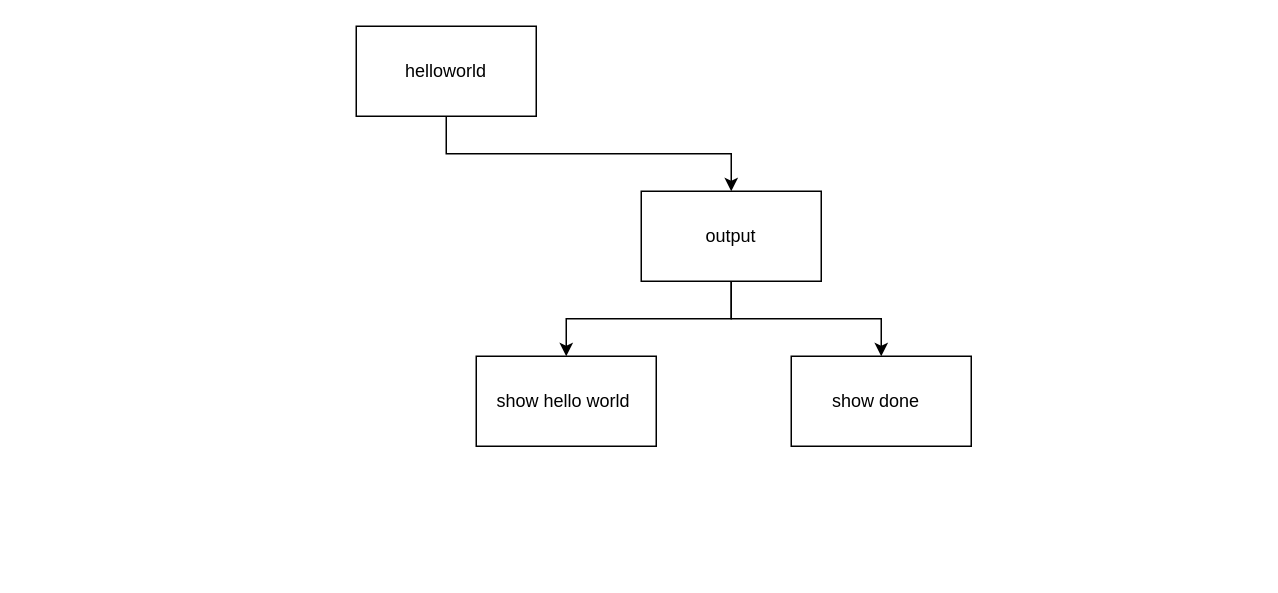
Before: topdown.drawio in devin-jhu/isc4u-assignment1-typescript, a draw.io diagram. Source tidied: cells renumbered, new cells numbered last; positions are measured from the earlier drawing's top-left corner, leaving out a move shared by most shapes. Both pictures are drawn from the tidied source at 150%, with x=0, y=0 at pixel (356, 26).
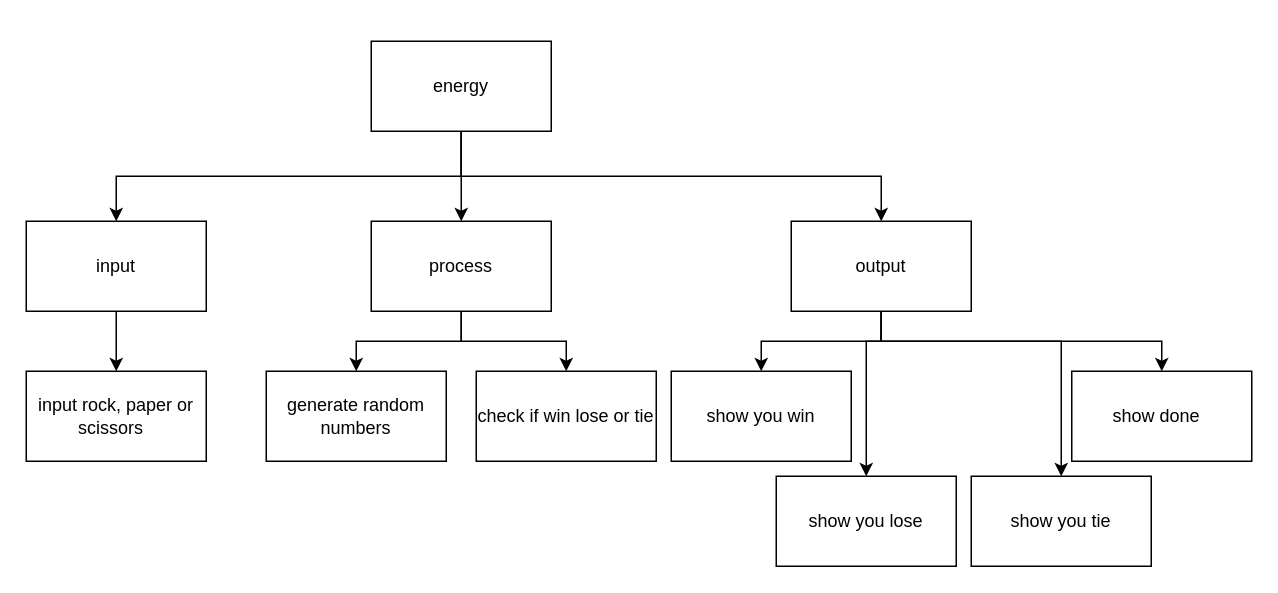
After the change.

Diff of the diagram source:
```diff
@@
-    <mxCell id="2" style="edgeStyle=orthogonalEdgeStyle;html=1;exitX=0.5;exitY=1;exitDx=0;exitDy=0;entryX=0.5;entryY=0;entryDx=0;entryDy=0;rounded=0;" parent="1" edge="1" source="3" target="6">
-      <mxGeometry relative="1" as="geometry" />
-    </mxCell>
-    <mxCell id="3" value="helloworld" style="rounded=0;whiteSpace=wrap;html=1;" parent="1" vertex="1">
-      <mxGeometry width="120" height="60" as="geometry" />
-    </mxCell>
-    <mxCell id="4" style="edgeStyle=orthogonalEdgeStyle;rounded=0;html=1;exitX=0.5;exitY=1;exitDx=0;exitDy=0;entryX=0.5;entryY=0;entryDx=0;entryDy=0;" parent="1" edge="1" source="6" target="7">
-      <mxGeometry relative="1" as="geometry" />
-    </mxCell>
+    <mxCell id="9" style="edgeStyle=orthogonalEdgeStyle;html=1;exitX=0.5;exitY=1;exitDx=0;exitDy=0;entryX=0.5;entryY=0;entryDx=0;entryDy=0;rounded=0;" parent="1" edge="1" source="12" target="6">
+      <mxGeometry relative="1" as="geometry" />
+    </mxCell>
+    <mxCell id="10" style="edgeStyle=orthogonalEdgeStyle;shape=connector;rounded=0;html=1;exitX=0.5;exitY=1;exitDx=0;exitDy=0;entryX=0.5;entryY=0;entryDx=0;entryDy=0;labelBackgroundColor=default;fontFamily=Helvetica;fontSize=11;fontColor=default;endArrow=classic;strokeColor=default;" parent="1" edge="1" source="12" target="19">
+      <mxGeometry relative="1" as="geometry" />
+    </mxCell>
+    <mxCell id="11" style="edgeStyle=orthogonalEdgeStyle;shape=connector;rounded=0;html=1;exitX=0.5;exitY=1;exitDx=0;exitDy=0;entryX=0.5;entryY=0;entryDx=0;entryDy=0;labelBackgroundColor=default;fontFamily=Helvetica;fontSize=11;fontColor=default;endArrow=classic;strokeColor=default;" parent="1" edge="1" source="12" target="21">
+      <mxGeometry relative="1" as="geometry" />
+    </mxCell>
+    <mxCell id="12" value="energy" style="rounded=0;whiteSpace=wrap;html=1;" parent="1" vertex="1">
+      <mxGeometry x="10" y="10" width="120" height="60" as="geometry" />
+    </mxCell>
+    <mxCell id="13" style="edgeStyle=orthogonalEdgeStyle;rounded=0;html=1;exitX=0.5;exitY=1;exitDx=0;exitDy=0;entryX=0.5;entryY=0;entryDx=0;entryDy=0;" parent="1" edge="1" source="6" target="16">
+      <mxGeometry relative="1" as="geometry" />
+    </mxCell>
@@
+    <mxCell id="14" style="edgeStyle=orthogonalEdgeStyle;shape=connector;rounded=0;html=1;exitX=0.5;exitY=1;exitDx=0;exitDy=0;entryX=0.5;entryY=0;entryDx=0;entryDy=0;labelBackgroundColor=default;fontFamily=Helvetica;fontSize=11;fontColor=default;endArrow=classic;strokeColor=default;" parent="1" edge="1" source="6" target="26">
+      <mxGeometry relative="1" as="geometry">
+        <Array as="points">
+          <mxPoint x="350" y="210" />
+          <mxPoint x="470" y="210" />
+        </Array>
+      </mxGeometry>
+    </mxCell>
+    <mxCell id="15" style="edgeStyle=orthogonalEdgeStyle;shape=connector;rounded=0;html=1;exitX=0.5;exitY=1;exitDx=0;exitDy=0;entryX=0.5;entryY=0;entryDx=0;entryDy=0;labelBackgroundColor=default;fontFamily=Helvetica;fontSize=11;fontColor=default;endArrow=classic;strokeColor=default;" parent="1" edge="1" source="6" target="25">
+      <mxGeometry relative="1" as="geometry">
+        <Array as="points">
+          <mxPoint x="350" y="210" />
+          <mxPoint x="340" y="210" />
+        </Array>
+      </mxGeometry>
+    </mxCell>
     <mxCell id="6" value="output" style="rounded=0;whiteSpace=wrap;html=1;" parent="1" vertex="1">
-      <mxGeometry x="190" y="110" width="120" height="60" as="geometry" />
+      <mxGeometry x="290" y="130" width="120" height="60" as="geometry" />
     </mxCell>
-    <mxCell id="7" value="show hello world&amp;nbsp;" style="rounded=0;whiteSpace=wrap;html=1;" parent="1" vertex="1">
-      <mxGeometry x="80" y="220" width="120" height="60" as="geometry" />
-    </mxCell>
+    <mxCell id="16" value="show you win" style="rounded=0;whiteSpace=wrap;html=1;" parent="1" vertex="1">
+      <mxGeometry x="210" y="230" width="120" height="60" as="geometry" />
+    </mxCell>
     <mxCell id="8" value="show done&amp;nbsp;&amp;nbsp;" style="rounded=0;whiteSpace=wrap;html=1;" parent="1" vertex="1">
-      <mxGeometry x="290" y="220" width="120" height="60" as="geometry" />
+      <mxGeometry x="477" y="230" width="120" height="60" as="geometry" />
     </mxCell>
+    <mxCell id="17" style="edgeStyle=orthogonalEdgeStyle;shape=connector;rounded=0;html=1;exitX=0.5;exitY=1;exitDx=0;exitDy=0;labelBackgroundColor=default;fontFamily=Helvetica;fontSize=11;fontColor=default;endArrow=classic;strokeColor=default;" parent="1" edge="1" source="19" target="22">
+      <mxGeometry relative="1" as="geometry" />
+    </mxCell>
+    <mxCell id="18" style="edgeStyle=orthogonalEdgeStyle;shape=connector;rounded=0;html=1;exitX=0.5;exitY=1;exitDx=0;exitDy=0;entryX=0.5;entryY=0;entryDx=0;entryDy=0;labelBackgroundColor=default;fontFamily=Helvetica;fontSize=11;fontColor=default;endArrow=classic;strokeColor=default;" parent="1" edge="1" source="19" target="24">
+      <mxGeometry relative="1" as="geometry" />
+    </mxCell>
+    <mxCell id="19" value="process" style="rounded=0;whiteSpace=wrap;html=1;" parent="1" vertex="1">
+      <mxGeometry x="10" y="130" width="120" height="60" as="geometry" />
+    </mxCell>
+    <mxCell id="20" style="edgeStyle=orthogonalEdgeStyle;shape=connector;rounded=0;html=1;exitX=0.5;exitY=1;exitDx=0;exitDy=0;labelBackgroundColor=default;fontFamily=Helvetica;fontSize=11;fontColor=default;endArrow=classic;strokeColor=default;" parent="1" edge="1" source="21" target="23">
+      <mxGeometry relative="1" as="geometry" />
+    </mxCell>
+    <mxCell id="21" value="input" style="rounded=0;whiteSpace=wrap;html=1;" parent="1" vertex="1">
+      <mxGeometry x="-220" y="130" width="120" height="60" as="geometry" />
+    </mxCell>
+    <mxCell id="22" value="check if win lose or tie" style="rounded=0;whiteSpace=wrap;html=1;" parent="1" vertex="1">
+      <mxGeometry x="80" y="230" width="120" height="60" as="geometry" />
+    </mxCell>
+    <mxCell id="23" value="input rock, paper or scissors&amp;nbsp;&amp;nbsp;" style="rounded=0;whiteSpace=wrap;html=1;" parent="1" vertex="1">
+      <mxGeometry x="-220" y="230" width="120" height="60" as="geometry" />
+    </mxCell>
+    <mxCell id="24" value="generate random numbers" style="rounded=0;whiteSpace=wrap;html=1;" parent="1" vertex="1">
+      <mxGeometry x="-60" y="230" width="120" height="60" as="geometry" />
+    </mxCell>
+    <mxCell id="25" value="show you lose" style="rounded=0;whiteSpace=wrap;html=1;" parent="1" vertex="1">
+      <mxGeometry x="280" y="300" width="120" height="60" as="geometry" />
+    </mxCell>
+    <mxCell id="26" value="show you tie" style="rounded=0;whiteSpace=wrap;html=1;" parent="1" vertex="1">
+      <mxGeometry x="410" y="300" width="120" height="60" as="geometry" />
+    </mxCell>
```
